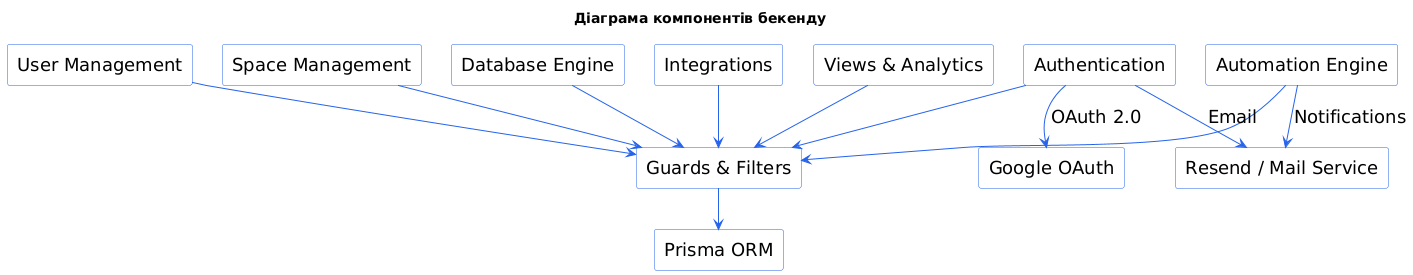
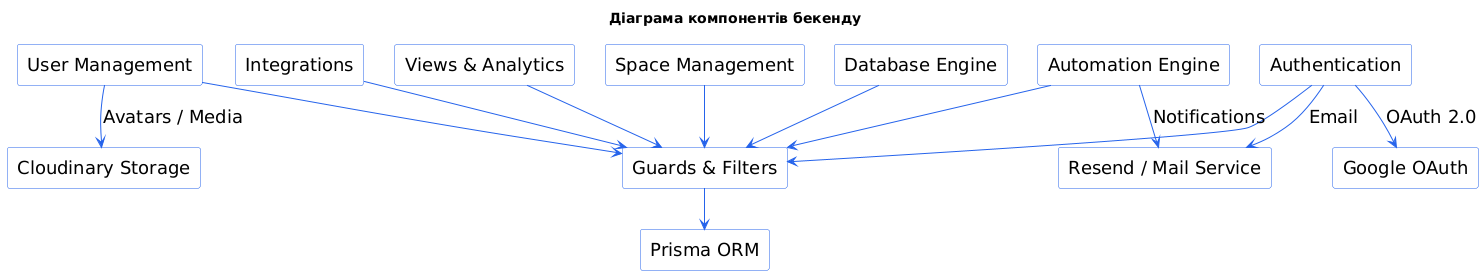
@startuml Component

skinparam backgroundColor #FFFFFF
skinparam shadowing false
skinparam packageStyle rectangle
skinparam defaultFontName "DejaVu Sans"
skinparam defaultFontSize 18
skinparam nodesep 30
skinparam ranksep 40

skinparam componentBackgroundColor #FFFFFF
skinparam componentBorderColor #2563eb
skinparam componentArrowColor #2563eb
skinparam componentStyle rectangle
skinparam componentWidth 200
skinparam componentHeight 70

top to bottom direction

title Діаграма компонентів бекенду

component "Authentication" as Auth
component "User Management" as User
component "Space Management" as Space
component "Database Engine" as DBEngine
component "Views & Analytics" as Views
component "Automation Engine" as Automation
component "Integrations" as Integrations

component "Guards & Filters" as Infra
component "Prisma ORM" as Prisma

component "Google OAuth" as Google
component "Resend / Mail Service" as Mail
+ component "Cloudinary Storage" as Cloudinary

Auth --> Infra
User --> Infra
Space --> Infra
DBEngine --> Infra
Views --> Infra
Automation --> Infra
Integrations --> Infra

Infra --> Prisma

Auth --> Google : OAuth 2.0
Auth --> Mail : Email
Automation --> Mail : Notifications
+ User --> Cloudinary : Avatars / Media

@enduml
